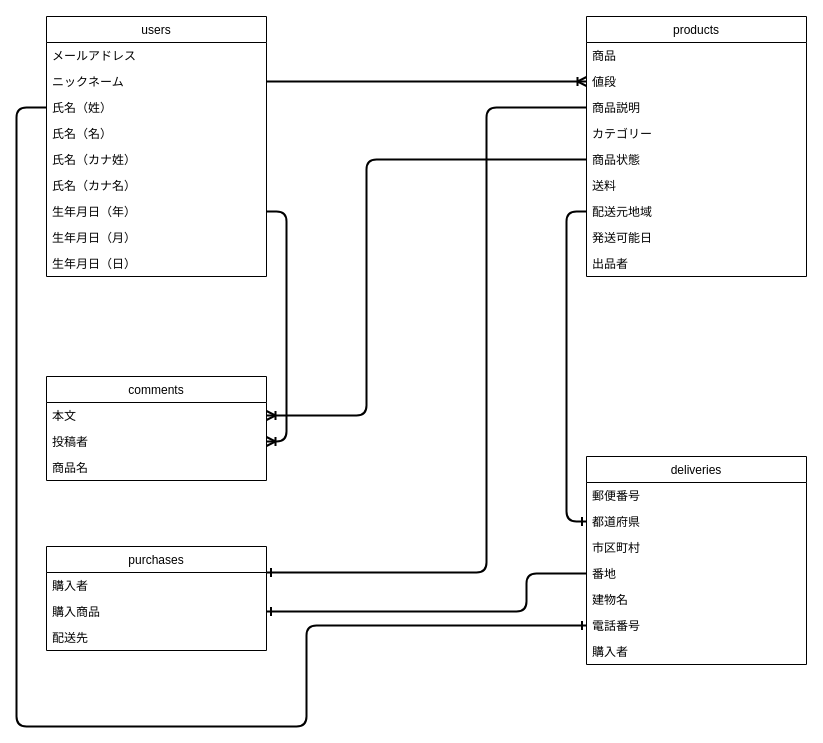
Before: Furima.dio in MSM-WOWL/furima-38145, a draw.io diagram. Source tidied: cells renumbered, new cells numbered last; positions are measured from the earlier drawing's top-left corner, leaving out a move shared by most shapes. Both pictures are drawn from the tidied source at 100%, with x=0, y=0 at pixel (16, 16).
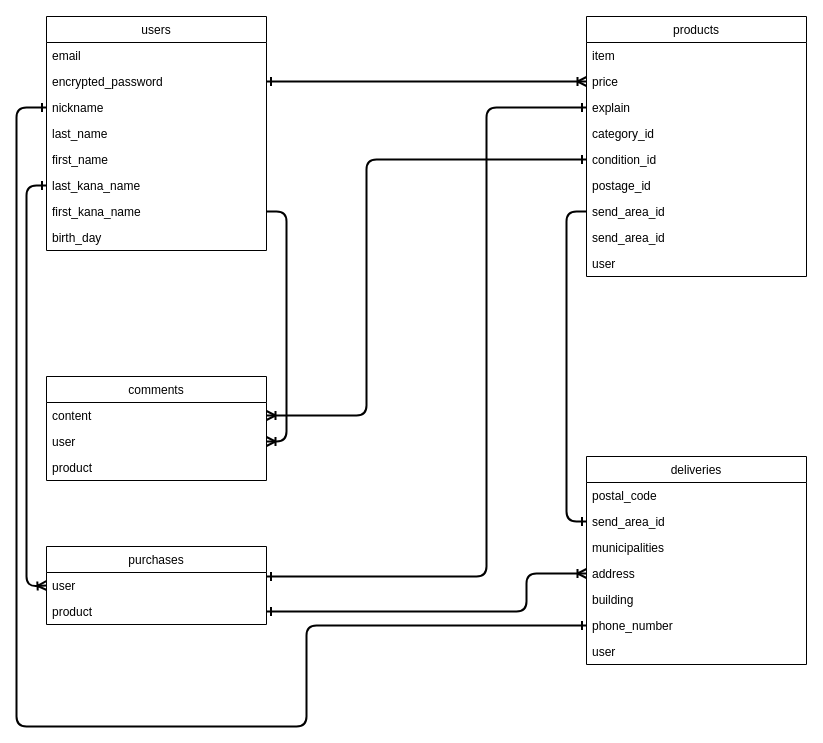
After the change.

Commit message (it also covers changes not shown here):
アソシエーションとER図の修正

Unchanged cells that the change refers to:
```xml
<mxCell id="12" value="products" style="swimlane;fontStyle=0;horizontal=1;startSize=26;fillColor=none;" parent="1" vertex="1">
  <mxGeometry x="570" width="220" height="260" as="geometry" />
</mxCell>
<mxCell id="22" value="deliveries" style="swimlane;fontStyle=0;horizontal=1;startSize=26;fillColor=none;" parent="1" vertex="1">
  <mxGeometry x="570" y="440" width="220" height="208" as="geometry" />
</mxCell>
<mxCell id="34" value="comments" style="swimlane;fontStyle=0;horizontal=1;startSize=26;fillColor=none;" parent="1" vertex="1">
  <mxGeometry x="30" y="360" width="220" height="104" as="geometry" />
</mxCell>
```

Change to the diagram source:
```diff
@@
     <mxCell id="2" value="users" style="swimlane;fontStyle=0;horizontal=1;startSize=26;fillColor=none;" parent="1" vertex="1">
-      <mxGeometry x="30" width="220" height="260" as="geometry" />
+      <mxGeometry x="30" width="220" height="234" as="geometry" />
     </mxCell>
-    <mxCell id="3" value="メールアドレス" style="text;strokeColor=none;fillColor=none;align=left;verticalAlign=top;spacingLeft=4;spacingRight=4;overflow=hidden;" parent="2" vertex="1">
+    <mxCell id="3" value="email" style="text;strokeColor=none;fillColor=none;align=left;verticalAlign=top;spacingLeft=4;spacingRight=4;overflow=hidden;" parent="2" vertex="1">
       <mxGeometry y="26" width="220" height="26" as="geometry" />
     </mxCell>
-    <mxCell id="4" value="ニックネーム&#10;" style="text;strokeColor=none;fillColor=none;align=left;verticalAlign=top;spacingLeft=4;spacingRight=4;overflow=hidden;points=[[0,0.5],[1,0.5]];portConstraint=eastwest;" parent="2" vertex="1">
+    <mxCell id="4" value="encrypted_password" style="text;strokeColor=none;fillColor=none;align=left;verticalAlign=top;spacingLeft=4;spacingRight=4;overflow=hidden;points=[[0,0.5],[1,0.5]];portConstraint=eastwest;" parent="2" vertex="1">
       <mxGeometry y="52" width="220" height="26" as="geometry" />
     </mxCell>
-    <mxCell id="5" value="氏名（姓）" style="text;strokeColor=none;fillColor=none;align=left;verticalAlign=top;spacingLeft=4;spacingRight=4;overflow=hidden;points=[[0,0.5],[1,0.5]];portConstraint=eastwest;" parent="2" vertex="1">
+    <mxCell id="5" value="nickname" style="text;strokeColor=none;fillColor=none;align=left;verticalAlign=top;spacingLeft=4;spacingRight=4;overflow=hidden;points=[[0,0.5],[1,0.5]];portConstraint=eastwest;" parent="2" vertex="1">
       <mxGeometry y="78" width="220" height="26" as="geometry" />
     </mxCell>
-    <mxCell id="6" value="氏名（名）" style="text;strokeColor=none;fillColor=none;align=left;verticalAlign=top;spacingLeft=4;spacingRight=4;overflow=hidden;" parent="2" vertex="1">
+    <mxCell id="6" value="last_name" style="text;strokeColor=none;fillColor=none;align=left;verticalAlign=top;spacingLeft=4;spacingRight=4;overflow=hidden;" parent="2" vertex="1">
       <mxGeometry y="104" width="220" height="26" as="geometry" />
     </mxCell>
-    <mxCell id="7" value="氏名（カナ姓）" style="text;strokeColor=none;fillColor=none;align=left;verticalAlign=top;spacingLeft=4;spacingRight=4;overflow=hidden;" parent="2" vertex="1">
+    <mxCell id="7" value="first_name" style="text;strokeColor=none;fillColor=none;align=left;verticalAlign=top;spacingLeft=4;spacingRight=4;overflow=hidden;" parent="2" vertex="1">
       <mxGeometry y="130" width="220" height="26" as="geometry" />
     </mxCell>
-    <mxCell id="8" value="氏名（カナ名）" style="text;strokeColor=none;fillColor=none;align=left;verticalAlign=top;spacingLeft=4;spacingRight=4;overflow=hidden;points=[[0,0.5],[1,0.5]];portConstraint=eastwest;" parent="2" vertex="1">
+    <mxCell id="8" value="last_kana_name" style="text;strokeColor=none;fillColor=none;align=left;verticalAlign=top;spacingLeft=4;spacingRight=4;overflow=hidden;points=[[0,0.5],[1,0.5]];portConstraint=eastwest;" parent="2" vertex="1">
       <mxGeometry y="156" width="220" height="26" as="geometry" />
     </mxCell>
-    <mxCell id="9" value="生年月日（年）" style="text;strokeColor=none;fillColor=none;align=left;verticalAlign=top;spacingLeft=4;spacingRight=4;overflow=hidden;points=[[0,0.5],[1,0.5]];portConstraint=eastwest;" parent="2" vertex="1">
+    <mxCell id="9" value="first_kana_name" style="text;strokeColor=none;fillColor=none;align=left;verticalAlign=top;spacingLeft=4;spacingRight=4;overflow=hidden;points=[[0,0.5],[1,0.5]];portConstraint=eastwest;" parent="2" vertex="1">
       <mxGeometry y="182" width="220" height="26" as="geometry" />
     </mxCell>
-    <mxCell id="10" value="生年月日（月）" style="text;strokeColor=none;fillColor=none;align=left;verticalAlign=top;spacingLeft=4;spacingRight=4;overflow=hidden;" parent="2" vertex="1">
+    <mxCell id="10" value="birth_day" style="text;strokeColor=none;fillColor=none;align=left;verticalAlign=top;spacingLeft=4;spacingRight=4;overflow=hidden;" parent="2" vertex="1">
       <mxGeometry y="208" width="220" height="26" as="geometry" />
     </mxCell>
-    <mxCell id="11" value="生年月日（日）" style="text;strokeColor=none;fillColor=none;align=left;verticalAlign=top;spacingLeft=4;spacingRight=4;overflow=hidden;" parent="2" vertex="1">
-      <mxGeometry y="234" width="220" height="26" as="geometry" />
-    </mxCell>
@@
-    <mxCell id="13" value="商品" style="text;strokeColor=none;fillColor=none;align=left;verticalAlign=top;spacingLeft=4;spacingRight=4;overflow=hidden;" parent="12" vertex="1">
+    <mxCell id="13" value="item" style="text;strokeColor=none;fillColor=none;align=left;verticalAlign=top;spacingLeft=4;spacingRight=4;overflow=hidden;" parent="12" vertex="1">
       <mxGeometry y="26" width="220" height="26" as="geometry" />
     </mxCell>
-    <mxCell id="14" value="値段" style="text;strokeColor=none;fillColor=none;align=left;verticalAlign=top;spacingLeft=4;spacingRight=4;overflow=hidden;points=[[0,0.5],[1,0.5]];portConstraint=eastwest;" parent="12" vertex="1">
+    <mxCell id="14" value="price" style="text;strokeColor=none;fillColor=none;align=left;verticalAlign=top;spacingLeft=4;spacingRight=4;overflow=hidden;points=[[0,0.5],[1,0.5]];portConstraint=eastwest;" parent="12" vertex="1">
       <mxGeometry y="52" width="220" height="26" as="geometry" />
     </mxCell>
-    <mxCell id="15" value="商品説明" style="text;strokeColor=none;fillColor=none;align=left;verticalAlign=top;spacingLeft=4;spacingRight=4;overflow=hidden;points=[[0,0.5],[1,0.5]];portConstraint=eastwest;" parent="12" vertex="1">
+    <mxCell id="15" value="explain" style="text;strokeColor=none;fillColor=none;align=left;verticalAlign=top;spacingLeft=4;spacingRight=4;overflow=hidden;points=[[0,0.5],[1,0.5]];portConstraint=eastwest;" parent="12" vertex="1">
       <mxGeometry y="78" width="220" height="26" as="geometry" />
     </mxCell>
-    <mxCell id="16" value="カテゴリー" style="text;strokeColor=none;fillColor=none;align=left;verticalAlign=top;spacingLeft=4;spacingRight=4;overflow=hidden;" parent="12" vertex="1">
+    <mxCell id="16" value="category_id" style="text;strokeColor=none;fillColor=none;align=left;verticalAlign=top;spacingLeft=4;spacingRight=4;overflow=hidden;" parent="12" vertex="1">
       <mxGeometry y="104" width="220" height="26" as="geometry" />
     </mxCell>
-    <mxCell id="17" value="商品状態" style="text;strokeColor=none;fillColor=none;align=left;verticalAlign=top;spacingLeft=4;spacingRight=4;overflow=hidden;points=[[0,0.5],[1,0.5]];portConstraint=eastwest;" parent="12" vertex="1">
+    <mxCell id="17" value="condition_id" style="text;strokeColor=none;fillColor=none;align=left;verticalAlign=top;spacingLeft=4;spacingRight=4;overflow=hidden;points=[[0,0.5],[1,0.5]];portConstraint=eastwest;" parent="12" vertex="1">
       <mxGeometry y="130" width="220" height="26" as="geometry" />
     </mxCell>
-    <mxCell id="18" value="送料" style="text;strokeColor=none;fillColor=none;align=left;verticalAlign=top;spacingLeft=4;spacingRight=4;overflow=hidden;" parent="12" vertex="1">
+    <mxCell id="18" value="postage_id" style="text;strokeColor=none;fillColor=none;align=left;verticalAlign=top;spacingLeft=4;spacingRight=4;overflow=hidden;" parent="12" vertex="1">
       <mxGeometry y="156" width="220" height="26" as="geometry" />
     </mxCell>
-    <mxCell id="19" value="配送元地域" style="text;strokeColor=none;fillColor=none;align=left;verticalAlign=top;spacingLeft=4;spacingRight=4;overflow=hidden;points=[[0,0.5],[1,0.5]];portConstraint=eastwest;" parent="12" vertex="1">
+    <mxCell id="19" value="send_area_id" style="text;strokeColor=none;fillColor=none;align=left;verticalAlign=top;spacingLeft=4;spacingRight=4;overflow=hidden;points=[[0,0.5],[1,0.5]];portConstraint=eastwest;" parent="12" vertex="1">
       <mxGeometry y="182" width="220" height="26" as="geometry" />
     </mxCell>
-    <mxCell id="20" value="発送可能日" style="text;strokeColor=none;fillColor=none;align=left;verticalAlign=top;spacingLeft=4;spacingRight=4;overflow=hidden;" parent="12" vertex="1">
+    <mxCell id="20" value="send_area_id" style="text;strokeColor=none;fillColor=none;align=left;verticalAlign=top;spacingLeft=4;spacingRight=4;overflow=hidden;" parent="12" vertex="1">
       <mxGeometry y="208" width="220" height="26" as="geometry" />
     </mxCell>
-    <mxCell id="21" value="出品者" style="text;strokeColor=none;fillColor=none;align=left;verticalAlign=top;spacingLeft=4;spacingRight=4;overflow=hidden;" parent="12" vertex="1">
+    <mxCell id="21" value="user" style="text;strokeColor=none;fillColor=none;align=left;verticalAlign=top;spacingLeft=4;spacingRight=4;overflow=hidden;" parent="12" vertex="1">
       <mxGeometry y="234" width="220" height="26" as="geometry" />
     </mxCell>
@@
-    <mxCell id="23" value="郵便番号" style="text;strokeColor=none;fillColor=none;align=left;verticalAlign=top;spacingLeft=4;spacingRight=4;overflow=hidden;" parent="22" vertex="1">
+    <mxCell id="23" value="postal_code" style="text;strokeColor=none;fillColor=none;align=left;verticalAlign=top;spacingLeft=4;spacingRight=4;overflow=hidden;" parent="22" vertex="1">
       <mxGeometry y="26" width="220" height="26" as="geometry" />
     </mxCell>
-    <mxCell id="24" value="都道府県" style="text;strokeColor=none;fillColor=none;align=left;verticalAlign=top;spacingLeft=4;spacingRight=4;overflow=hidden;points=[[0,0.5],[1,0.5]];portConstraint=eastwest;" parent="22" vertex="1">
+    <mxCell id="24" value="send_area_id" style="text;strokeColor=none;fillColor=none;align=left;verticalAlign=top;spacingLeft=4;spacingRight=4;overflow=hidden;points=[[0,0.5],[1,0.5]];portConstraint=eastwest;" parent="22" vertex="1">
       <mxGeometry y="52" width="220" height="26" as="geometry" />
     </mxCell>
-    <mxCell id="25" value="市区町村" style="text;strokeColor=none;fillColor=none;align=left;verticalAlign=top;spacingLeft=4;spacingRight=4;overflow=hidden;" parent="22" vertex="1">
+    <mxCell id="25" value="municipalities" style="text;strokeColor=none;fillColor=none;align=left;verticalAlign=top;spacingLeft=4;spacingRight=4;overflow=hidden;" parent="22" vertex="1">
       <mxGeometry y="78" width="220" height="26" as="geometry" />
     </mxCell>
-    <mxCell id="26" value="番地" style="text;strokeColor=none;fillColor=none;align=left;verticalAlign=top;spacingLeft=4;spacingRight=4;overflow=hidden;points=[[0,0.5],[1,0.5]];portConstraint=eastwest;" parent="22" vertex="1">
+    <mxCell id="26" value="address" style="text;strokeColor=none;fillColor=none;align=left;verticalAlign=top;spacingLeft=4;spacingRight=4;overflow=hidden;points=[[0,0.5],[1,0.5]];portConstraint=eastwest;" parent="22" vertex="1">
       <mxGeometry y="104" width="220" height="26" as="geometry" />
     </mxCell>
-    <mxCell id="27" value="建物名" style="text;strokeColor=none;fillColor=none;align=left;verticalAlign=top;spacingLeft=4;spacingRight=4;overflow=hidden;" parent="22" vertex="1">
+    <mxCell id="27" value="building" style="text;strokeColor=none;fillColor=none;align=left;verticalAlign=top;spacingLeft=4;spacingRight=4;overflow=hidden;" parent="22" vertex="1">
       <mxGeometry y="130" width="220" height="26" as="geometry" />
     </mxCell>
-    <mxCell id="28" value="電話番号" style="text;strokeColor=none;fillColor=none;align=left;verticalAlign=top;spacingLeft=4;spacingRight=4;overflow=hidden;points=[[0,0.5],[1,0.5]];portConstraint=eastwest;" parent="22" vertex="1">
+    <mxCell id="28" value="phone_number" style="text;strokeColor=none;fillColor=none;align=left;verticalAlign=top;spacingLeft=4;spacingRight=4;overflow=hidden;points=[[0,0.5],[1,0.5]];portConstraint=eastwest;" parent="22" vertex="1">
       <mxGeometry y="156" width="220" height="26" as="geometry" />
     </mxCell>
-    <mxCell id="29" value="購入者" style="text;strokeColor=none;fillColor=none;align=left;verticalAlign=top;spacingLeft=4;spacingRight=4;overflow=hidden;" parent="22" vertex="1">
+    <mxCell id="29" value="user" style="text;strokeColor=none;fillColor=none;align=left;verticalAlign=top;spacingLeft=4;spacingRight=4;overflow=hidden;" parent="22" vertex="1">
       <mxGeometry y="182" width="220" height="26" as="geometry" />
     </mxCell>
     <mxCell id="30" value="purchases" style="swimlane;fontStyle=0;horizontal=1;startSize=26;fillColor=none;" parent="1" vertex="1">
-      <mxGeometry x="30" y="530" width="220" height="104" as="geometry" />
+      <mxGeometry x="30" y="530" width="220" height="78" as="geometry" />
     </mxCell>
-    <mxCell id="31" value="購入者" style="text;strokeColor=none;fillColor=none;align=left;verticalAlign=top;spacingLeft=4;spacingRight=4;overflow=hidden;points=[[0,0.5],[1,0.5]];portConstraint=eastwest;" parent="30" vertex="1">
+    <mxCell id="31" value="user" style="text;strokeColor=none;fillColor=none;align=left;verticalAlign=top;spacingLeft=4;spacingRight=4;overflow=hidden;points=[[0,0.5],[1,0.5]];portConstraint=eastwest;" parent="30" vertex="1">
       <mxGeometry y="26" width="220" height="26" as="geometry" />
     </mxCell>
-    <mxCell id="32" value="購入商品" style="text;strokeColor=none;fillColor=none;align=left;verticalAlign=top;spacingLeft=4;spacingRight=4;overflow=hidden;points=[[0,0.5],[1,0.5]];portConstraint=eastwest;" parent="30" vertex="1">
+    <mxCell id="32" value="product" style="text;strokeColor=none;fillColor=none;align=left;verticalAlign=top;spacingLeft=4;spacingRight=4;overflow=hidden;points=[[0,0.5],[1,0.5]];portConstraint=eastwest;" parent="30" vertex="1">
       <mxGeometry y="52" width="220" height="26" as="geometry" />
     </mxCell>
-    <mxCell id="33" value="配送先" style="text;strokeColor=none;fillColor=none;align=left;verticalAlign=top;spacingLeft=4;spacingRight=4;overflow=hidden;" parent="30" vertex="1">
-      <mxGeometry y="78" width="220" height="26" as="geometry" />
-    </mxCell>
@@
-    <mxCell id="35" value="本文" style="text;strokeColor=none;fillColor=none;align=left;verticalAlign=top;spacingLeft=4;spacingRight=4;overflow=hidden;points=[[0,0.5],[1,0.5]];portConstraint=eastwest;" parent="34" vertex="1">
+    <mxCell id="35" value="content" style="text;strokeColor=none;fillColor=none;align=left;verticalAlign=top;spacingLeft=4;spacingRight=4;overflow=hidden;points=[[0,0.5],[1,0.5]];portConstraint=eastwest;" parent="34" vertex="1">
       <mxGeometry y="26" width="220" height="26" as="geometry" />
     </mxCell>
-    <mxCell id="36" value="投稿者" style="text;strokeColor=none;fillColor=none;align=left;verticalAlign=top;spacingLeft=4;spacingRight=4;overflow=hidden;points=[[0,0.5],[1,0.5]];portConstraint=eastwest;" parent="34" vertex="1">
+    <mxCell id="36" value="user" style="text;strokeColor=none;fillColor=none;align=left;verticalAlign=top;spacingLeft=4;spacingRight=4;overflow=hidden;points=[[0,0.5],[1,0.5]];portConstraint=eastwest;" parent="34" vertex="1">
       <mxGeometry y="52" width="220" height="26" as="geometry" />
     </mxCell>
-    <mxCell id="37" value="商品名" style="text;strokeColor=none;fillColor=none;align=left;verticalAlign=top;spacingLeft=4;spacingRight=4;overflow=hidden;" parent="34" vertex="1">
+    <mxCell id="37" value="product" style="text;strokeColor=none;fillColor=none;align=left;verticalAlign=top;spacingLeft=4;spacingRight=4;overflow=hidden;" parent="34" vertex="1">
       <mxGeometry y="78" width="220" height="26" as="geometry" />
     </mxCell>
-    <mxCell id="38" style="edgeStyle=none;html=1;exitX=1;exitY=0.5;exitDx=0;exitDy=0;entryX=0;entryY=0.5;entryDx=0;entryDy=0;endArrow=ERoneToMany;endFill=0;strokeWidth=2;" parent="1" edge="1" source="4" target="14">
+    <mxCell id="38" style="edgeStyle=none;html=1;exitX=1;exitY=0.5;exitDx=0;exitDy=0;entryX=0;entryY=0.5;entryDx=0;entryDy=0;endArrow=ERoneToMany;endFill=0;strokeWidth=2;startArrow=ERone;startFill=0;" parent="1" edge="1" source="4" target="14">
       <mxGeometry relative="1" as="geometry" />
     </mxCell>
@@
-    <mxCell id="41" style="edgeStyle=none;html=1;exitX=0;exitY=0.5;exitDx=0;exitDy=0;entryX=1;entryY=0.25;entryDx=0;entryDy=0;endArrow=ERone;endFill=0;strokeWidth=2;" parent="1" edge="1" source="15" target="30">
-      <mxGeometry relative="1" as="geometry">
-        <Array as="points">
-          <mxPoint x="530" y="91" />
-          <mxPoint x="470" y="91" />
-          <mxPoint x="470" y="210" />
-          <mxPoint x="470" y="350" />
-          <mxPoint x="470" y="556" />
-        </Array>
-      </mxGeometry>
-    </mxCell>
-    <mxCell id="42" style="edgeStyle=none;html=1;exitX=0;exitY=0.5;exitDx=0;exitDy=0;entryX=0;entryY=0.5;entryDx=0;entryDy=0;endArrow=ERone;endFill=0;strokeWidth=2;" parent="1" edge="1" source="5" target="28">
+    <mxCell id="42" style="edgeStyle=none;html=1;exitX=0;exitY=0.5;exitDx=0;exitDy=0;entryX=0;entryY=0.5;entryDx=0;entryDy=0;endArrow=ERone;endFill=0;strokeWidth=2;startArrow=ERone;startFill=0;" parent="1" edge="1" source="5" target="28">
       <mxGeometry relative="1" as="geometry">
         <Array as="points">
           <mxPoint y="91" />
           <mxPoint y="120" />
           <mxPoint y="180" />
           <mxPoint y="290" />
           <mxPoint y="500" />
           <mxPoint y="710" />
           <mxPoint x="290" y="710" />
           <mxPoint x="290" y="609" />
           <mxPoint x="390" y="609" />
         </Array>
       </mxGeometry>
     </mxCell>
-    <mxCell id="43" style="edgeStyle=none;html=1;exitX=0;exitY=0.5;exitDx=0;exitDy=0;entryX=1;entryY=0.5;entryDx=0;entryDy=0;endArrow=ERone;endFill=0;strokeWidth=2;" parent="1" edge="1" source="26" target="32">
-      <mxGeometry relative="1" as="geometry">
-        <Array as="points">
-          <mxPoint x="510" y="557" />
-          <mxPoint x="510" y="595" />
-          <mxPoint x="410" y="595" />
-        </Array>
-      </mxGeometry>
-    </mxCell>
-    <mxCell id="44" style="edgeStyle=none;html=1;exitX=0;exitY=0.5;exitDx=0;exitDy=0;entryX=1;entryY=0.5;entryDx=0;entryDy=0;endArrow=ERoneToMany;endFill=0;strokeWidth=2;" parent="1" edge="1" source="17" target="35">
+    <mxCell id="44" style="edgeStyle=none;html=1;exitX=0;exitY=0.5;exitDx=0;exitDy=0;entryX=1;entryY=0.5;entryDx=0;entryDy=0;endArrow=ERoneToMany;endFill=0;strokeWidth=2;startArrow=ERone;startFill=0;" parent="1" edge="1" source="17" target="35">
       <mxGeometry relative="1" as="geometry">
         <Array as="points">
           <mxPoint x="350" y="143" />
           <mxPoint x="350" y="320" />
           <mxPoint x="350" y="399" />
         </Array>
       </mxGeometry>
     </mxCell>
+    <mxCell id="45" style="edgeStyle=none;html=1;exitX=0;exitY=0.5;exitDx=0;exitDy=0;entryX=1;entryY=0.154;entryDx=0;entryDy=0;entryPerimeter=0;endArrow=ERone;endFill=0;startArrow=ERone;startFill=0;strokeWidth=2;" parent="1" edge="1" source="15" target="31">
+      <mxGeometry relative="1" as="geometry">
+        <Array as="points">
+          <mxPoint x="470" y="91" />
+          <mxPoint x="470" y="180" />
+          <mxPoint x="470" y="460" />
+          <mxPoint x="470" y="560" />
+          <mxPoint x="400" y="560" />
+        </Array>
+      </mxGeometry>
+    </mxCell>
+    <mxCell id="46" style="edgeStyle=none;html=1;exitX=1;exitY=0.5;exitDx=0;exitDy=0;entryX=0;entryY=0.5;entryDx=0;entryDy=0;startArrow=ERone;startFill=0;endArrow=ERoneToMany;endFill=0;strokeWidth=2;" parent="1" edge="1" source="32" target="26">
+      <mxGeometry relative="1" as="geometry">
+        <Array as="points">
+          <mxPoint x="410" y="595" />
+          <mxPoint x="510" y="595" />
+          <mxPoint x="510" y="557" />
+        </Array>
+      </mxGeometry>
+    </mxCell>
+    <mxCell id="47" style="edgeStyle=none;html=1;exitX=0;exitY=0.5;exitDx=0;exitDy=0;entryX=0;entryY=0.5;entryDx=0;entryDy=0;startArrow=ERone;startFill=0;endArrow=ERoneToMany;endFill=0;strokeWidth=2;" parent="1" edge="1" source="8" target="31">
+      <mxGeometry relative="1" as="geometry">
+        <Array as="points">
+          <mxPoint x="10" y="169" />
+          <mxPoint x="10" y="210" />
+          <mxPoint x="10" y="260" />
+          <mxPoint x="10" y="370" />
+          <mxPoint x="10" y="470" />
+          <mxPoint x="10" y="520" />
+          <mxPoint x="10" y="570" />
+        </Array>
+      </mxGeometry>
+    </mxCell>
```
